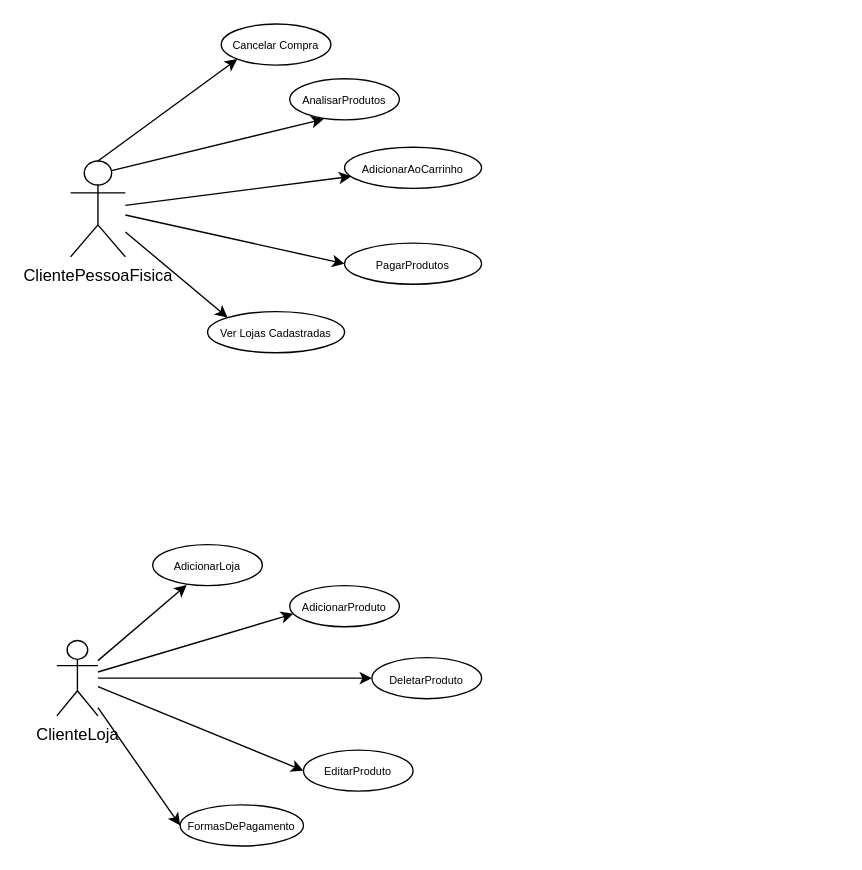
GustavoFerreira143/AtividadeSenai keeps this draw.io diagram as DiagramasPIMVII.drawio. Above is the earlier version. Source tidied: cells renumbered, new cells numbered last; positions are measured from the earlier drawing's top-left corner, leaving out a move shared by most shapes. Both pictures are drawn from the tidied source at 137%, with x=0, y=0 at pixel (56, 23).
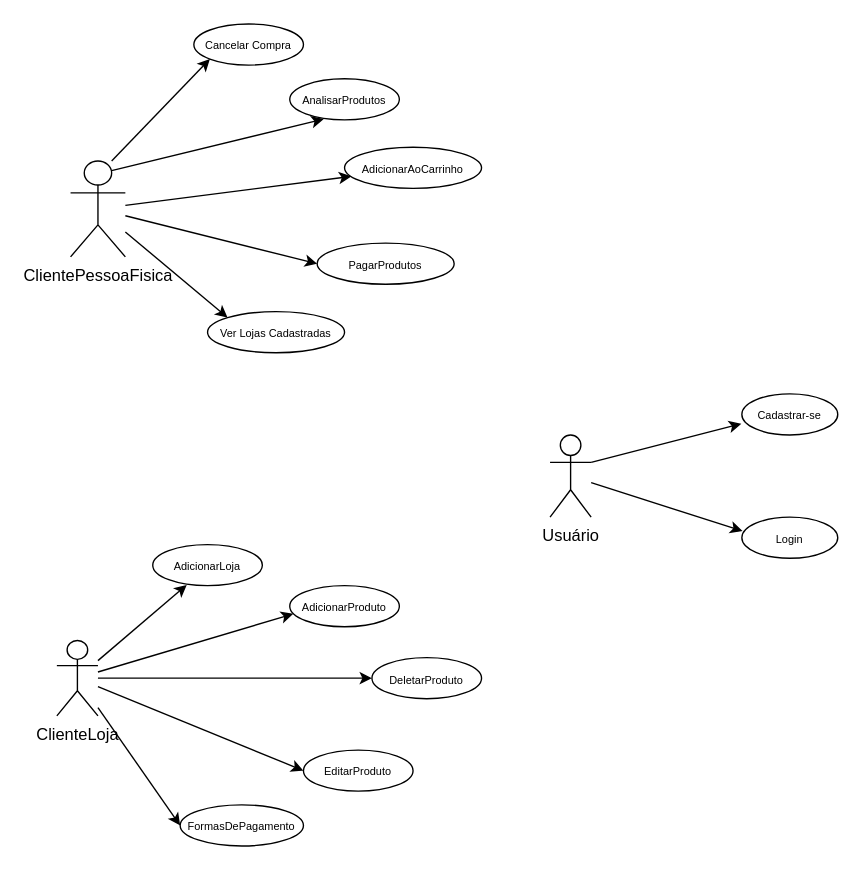
The same page after the edit.

The change refers to these unchanged cells:
```xml
<mxCell id="2" value="ClientePessoaFisica" style="shape=umlActor;verticalLabelPosition=bottom;verticalAlign=top;html=1;outlineConnect=0;" parent="1" vertex="1">
  <mxGeometry x="10" y="100" width="40" height="70" as="geometry" />
</mxCell>
```

Diff of the diagram source:
```diff
@@
     <mxCell id="18" value="&lt;span style=&quot;font-size: 8px;&quot;&gt;PagarProdutos&lt;/span&gt;" style="ellipse;whiteSpace=wrap;html=1;" parent="1" vertex="1">
-      <mxGeometry x="210" y="160" width="100" height="30" as="geometry" />
+      <mxGeometry x="190" y="160" width="100" height="30" as="geometry" />
     </mxCell>
@@
     <mxCell id="22" value="&lt;font style=&quot;font-size: 8px;&quot;&gt;Cancelar Compra&lt;/font&gt;" style="ellipse;whiteSpace=wrap;html=1;" parent="1" vertex="1">
-      <mxGeometry x="120" width="80" height="30" as="geometry" />
+      <mxGeometry x="100" width="80" height="30" as="geometry" />
     </mxCell>
-    <mxCell id="23" style="endArrow=classic;html=1;rounded=0;exitX=0.5;exitY=0;exitDx=0;exitDy=0;exitPerimeter=0;entryX=0;entryY=1;entryDx=0;entryDy=0;" parent="1" edge="1" source="2" target="22">
-      <mxGeometry relative="1" as="geometry" />
+    <mxCell id="23" style="endArrow=classic;html=1;rounded=0;entryX=0;entryY=1;entryDx=0;entryDy=0;" parent="1" edge="1" target="22">
+      <mxGeometry relative="1" as="geometry">
+        <mxPoint x="40" y="100" as="sourcePoint" />
+      </mxGeometry>
     </mxCell>
+    <mxCell id="24" value="Usuário" style="shape=umlActor;verticalLabelPosition=bottom;verticalAlign=top;html=1;outlineConnect=0;" parent="1" vertex="1">
+      <mxGeometry x="360" y="300" width="30" height="60" as="geometry" />
+    </mxCell>
+    <mxCell id="25" value="&lt;font style=&quot;font-size: 8px;&quot;&gt;Cadastrar-se&lt;/font&gt;" style="ellipse;whiteSpace=wrap;html=1;" parent="1" vertex="1">
+      <mxGeometry x="500" y="270" width="70" height="30" as="geometry" />
+    </mxCell>
+    <mxCell id="26" style="endArrow=classic;html=1;rounded=0;exitX=1;exitY=0.3333333333333333;exitDx=0;exitDy=0;exitPerimeter=0;entryX=-0.006;entryY=0.728;entryDx=0;entryDy=0;entryPerimeter=0;" parent="1" edge="1" source="24" target="25">
+      <mxGeometry relative="1" as="geometry" />
+    </mxCell>
+    <mxCell id="27" value="&lt;font style=&quot;font-size: 8px;&quot;&gt;Login&lt;/font&gt;" style="ellipse;whiteSpace=wrap;html=1;" parent="1" vertex="1">
+      <mxGeometry x="500" y="360" width="70" height="30" as="geometry" />
+    </mxCell>
+    <mxCell id="28" style="endArrow=classic;html=1;rounded=0;entryX=0.007;entryY=0.339;entryDx=0;entryDy=0;entryPerimeter=0;" parent="1" edge="1" source="24" target="27">
+      <mxGeometry relative="1" as="geometry" />
+    </mxCell>
```
